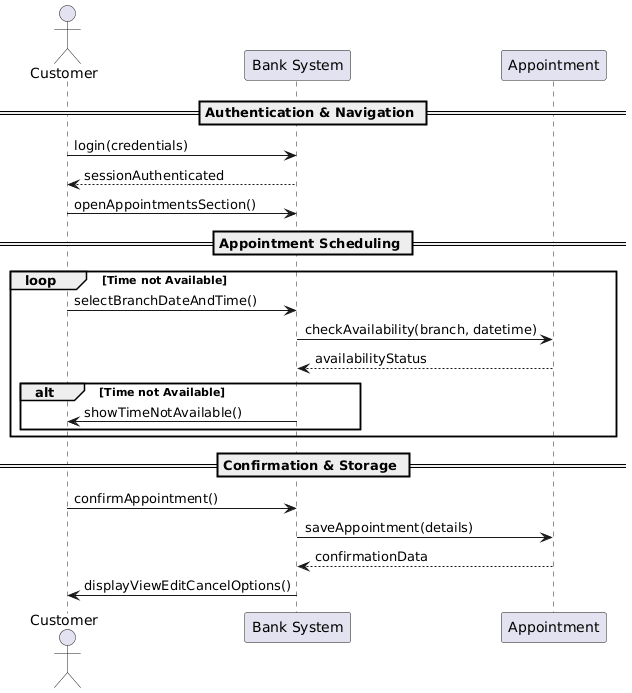
This is Diagrams/Sequence Diagrams/SC_CS_02.png from erindkotobelli12/BankManagementSystem, a PlantUML export, as it was before one commit. The source it was exported from:
```plantuml
@startuml
actor Customer
participant "Bank System" as System
participant "Appointment" as Appt

== Authentication & Navigation ==
Customer -> System : login(credentials)
System --> Customer : sessionAuthenticated
Customer -> System : openAppointmentsSection()

== Appointment Scheduling ==
loop Time not Available
    Customer -> System : selectBranchDateAndTime()
    System -> Appt : checkAvailability(branch, datetime)
    Appt --> System : availabilityStatus

    alt Time not Available
        System -> Customer : showTimeNotAvailable()
    end
end

== Confirmation & Storage ==
Customer -> System : confirmAppointment()
System -> Appt : saveAppointment(details)
Appt --> System : confirmationData
System -> Customer : displayViewEditCancelOptions()
@enduml
```
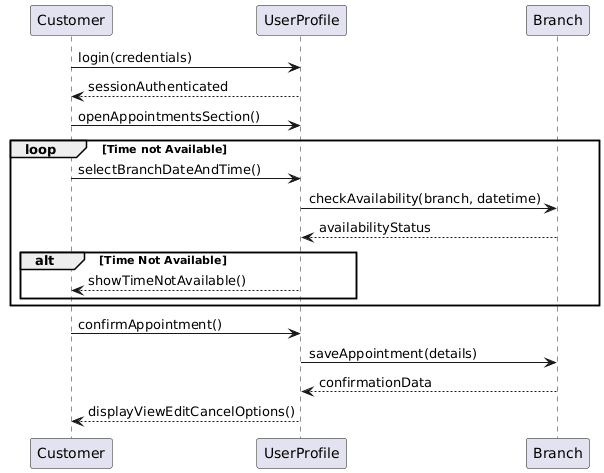
The same diagram one commit later.

Diff of the diagram source:
```diff
@@ -1,27 +1,25 @@
 @startuml
-actor Customer
-participant "Bank System" as System
-participant "Appointment" as Appt
+participant Customer
+participant UserProfile
+participant Branch
 
-== Authentication & Navigation ==
-Customer -> System : login(credentials)
-System --> Customer : sessionAuthenticated
-Customer -> System : openAppointmentsSection()
+Customer -> UserProfile : login(credentials)
+UserProfile --> Customer : sessionAuthenticated
+Customer -> UserProfile : openAppointmentsSection()
 
-== Appointment Scheduling ==
 loop Time not Available
-    Customer -> System : selectBranchDateAndTime()
-    System -> Appt : checkAvailability(branch, datetime)
-    Appt --> System : availabilityStatus
+    Customer -> UserProfile : selectBranchDateAndTime()
+    UserProfile -> Branch : checkAvailability(branch, datetime)
+    Branch --> UserProfile : availabilityStatus
 
-    alt Time not Available
-        System -> Customer : showTimeNotAvailable()
+    alt Time Not Available
+        UserProfile --> Customer : showTimeNotAvailable()
     end
 end
 
-== Confirmation & Storage ==
-Customer -> System : confirmAppointment()
-System -> Appt : saveAppointment(details)
-Appt --> System : confirmationData
-System -> Customer : displayViewEditCancelOptions()
+Customer -> UserProfile : confirmAppointment()
+UserProfile -> Branch : saveAppointment(details)
+Branch --> UserProfile : confirmationData
+
+UserProfile --> Customer : displayViewEditCancelOptions()
 @enduml
```
